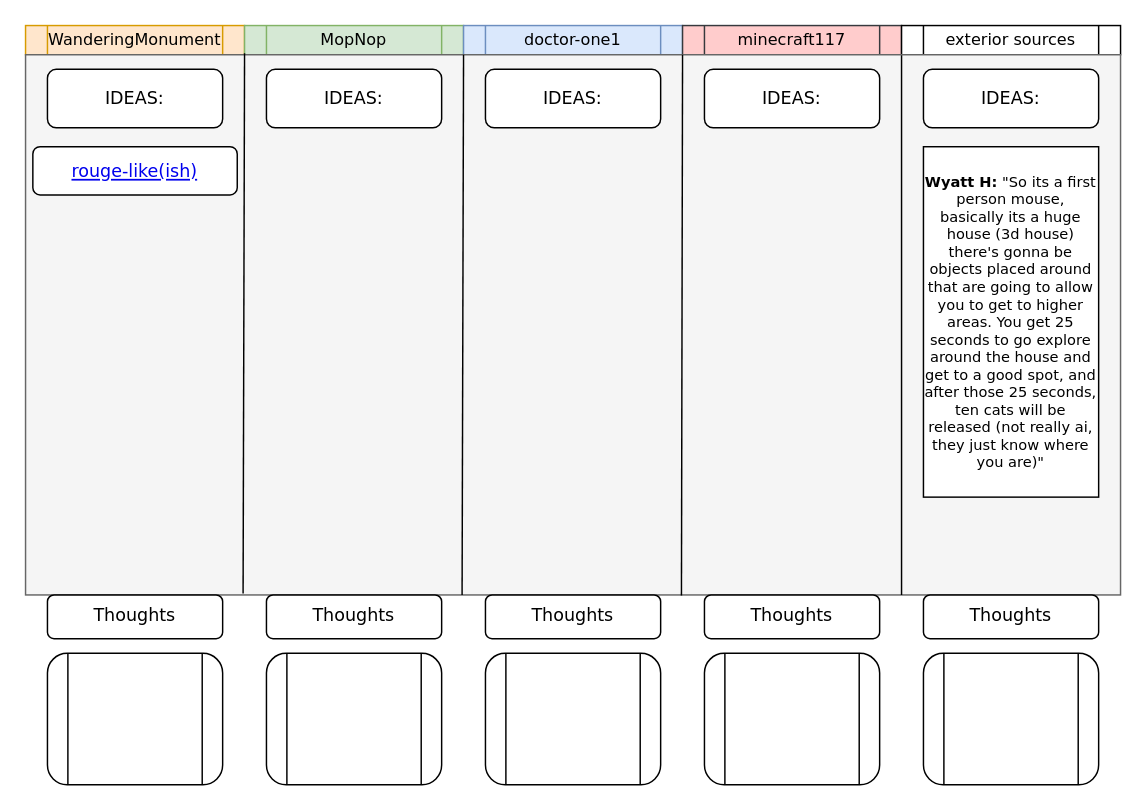
Above: Idea-Board.drawio in cheeseEnthusiasts/ideas (draw.io), before the change. Source tidied: cells renumbered, new cells numbered last; positions are measured from the earlier drawing's top-left corner, leaving out a move shared by most shapes. Both pictures are drawn from the tidied source at 146%, with x=0, y=0 at pixel (25, 25).
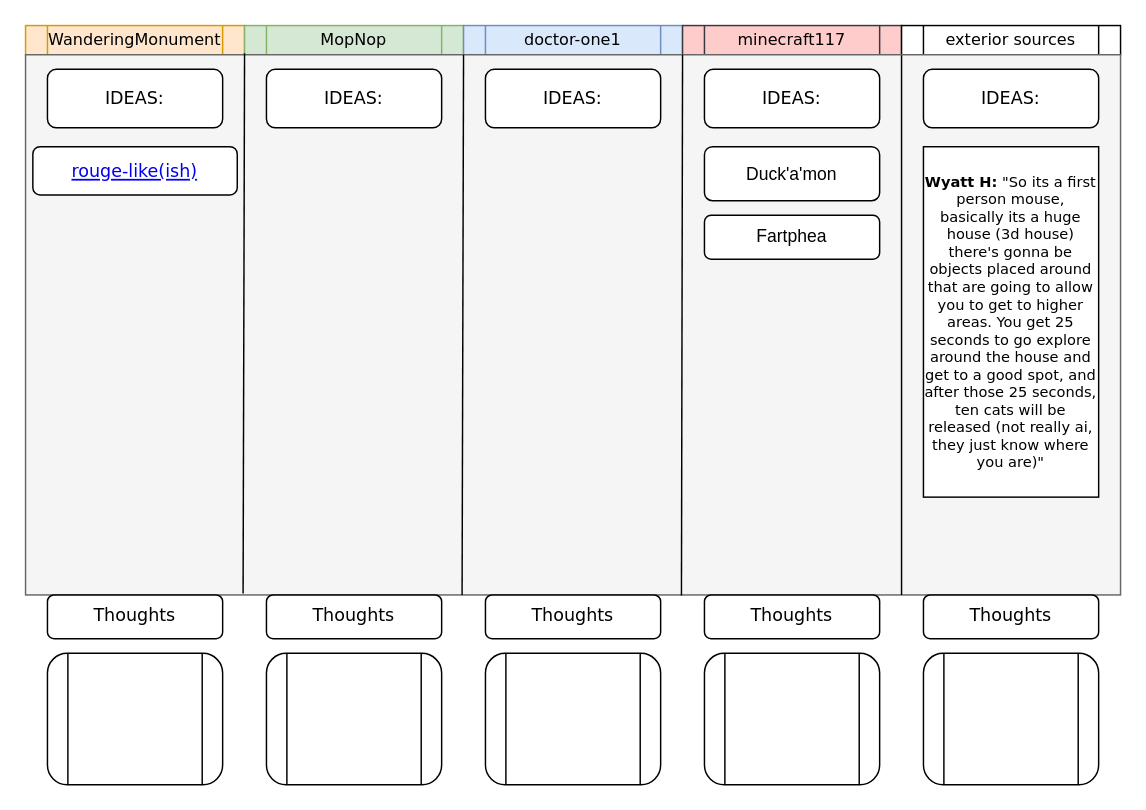
The same page after the edit.

What changed in the source:
```diff
@@
+    <mxCell id="30" value="Duck'a'mon" style="rounded=1;whiteSpace=wrap;html=1;" parent="1" vertex="1">
+      <mxGeometry x="465" y="83" width="120" height="37" as="geometry" />
+    </mxCell>
+    <mxCell id="31" value="Fartphea" style="rounded=1;whiteSpace=wrap;html=1;" parent="1" vertex="1">
+      <mxGeometry x="465" y="130" width="120" height="30" as="geometry" />
+    </mxCell>
```
